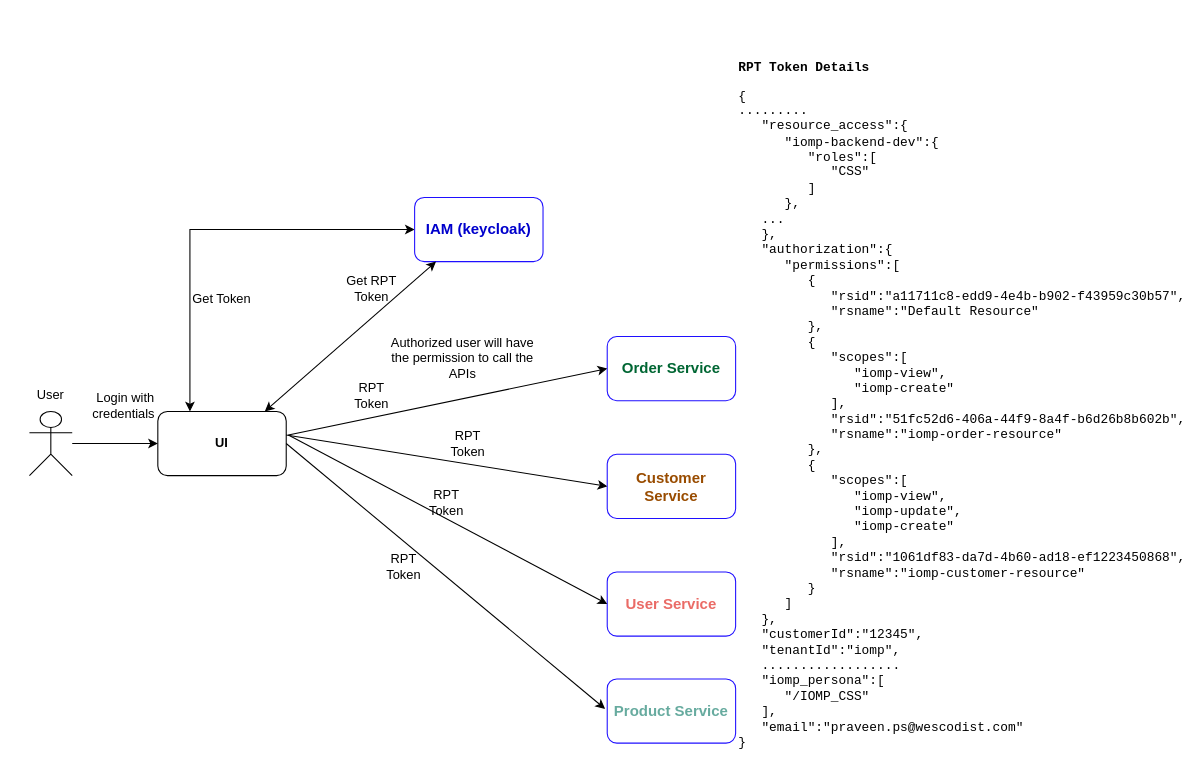
wesco-chandanabuduru/common-entities keeps this draw.io diagram as PBAC.drawio. Above is the earlier version. Source tidied: cells renumbered, new cells numbered last; positions are measured from the earlier drawing's top-left corner, leaving out a move shared by most shapes. Both pictures are drawn from the tidied source at 107%, with x=0, y=0 at pixel (18, 197).
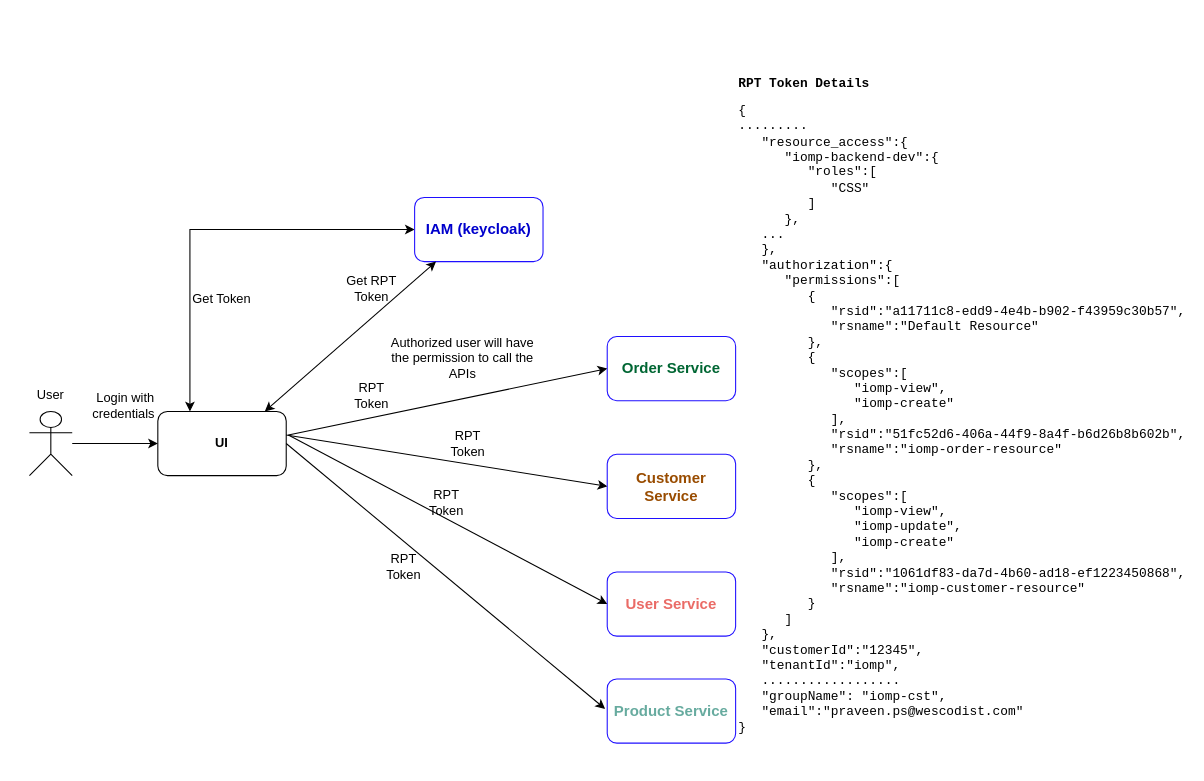
Above is the later version.

The edit, as a diff of the source:
```diff
@@
-    <mxCell id="22" value="&lt;pre&gt;&lt;br&gt;&lt;/pre&gt;&lt;pre&gt;&lt;b&gt;RPT Token Details&lt;/b&gt;&lt;/pre&gt;&lt;pre&gt;{&lt;br&gt;.........&lt;br&gt;&amp;nbsp; &amp;nbsp;&quot;resource_access&quot;:{&lt;br&gt;&amp;nbsp; &amp;nbsp; &amp;nbsp; &quot;iomp-backend-dev&quot;:{&lt;br&gt;&amp;nbsp; &amp;nbsp; &amp;nbsp; &amp;nbsp; &amp;nbsp;&quot;roles&quot;:[&lt;br&gt;&amp;nbsp; &amp;nbsp; &amp;nbsp; &amp;nbsp; &amp;nbsp; &amp;nbsp; &quot;CSS&quot;&lt;br&gt;&amp;nbsp; &amp;nbsp; &amp;nbsp; &amp;nbsp; &amp;nbsp;]&lt;br&gt;&amp;nbsp; &amp;nbsp; &amp;nbsp; },&lt;br&gt;&amp;nbsp; &amp;nbsp;...&lt;br&gt;&amp;nbsp; &amp;nbsp;},&lt;br&gt;&amp;nbsp; &amp;nbsp;&quot;authorization&quot;:{&lt;br&gt;&amp;nbsp; &amp;nbsp; &amp;nbsp; &quot;permissions&quot;:[&lt;br&gt;&amp;nbsp; &amp;nbsp; &amp;nbsp; &amp;nbsp; &amp;nbsp;{&lt;br&gt;&amp;nbsp; &amp;nbsp; &amp;nbsp; &amp;nbsp; &amp;nbsp; &amp;nbsp; &quot;rsid&quot;:&quot;a11711c8-edd9-4e4b-b902-f43959c30b57&quot;,&lt;br&gt;&amp;nbsp; &amp;nbsp; &amp;nbsp; &amp;nbsp; &amp;nbsp; &amp;nbsp; &quot;rsname&quot;:&quot;Default Resource&quot;&lt;br&gt;&amp;nbsp; &amp;nbsp; &amp;nbsp; &amp;nbsp; &amp;nbsp;},&lt;br&gt;&amp;nbsp; &amp;nbsp; &amp;nbsp; &amp;nbsp; &amp;nbsp;{&lt;br&gt;&amp;nbsp; &amp;nbsp; &amp;nbsp; &amp;nbsp; &amp;nbsp; &amp;nbsp; &quot;scopes&quot;:[&lt;br&gt;&amp;nbsp; &amp;nbsp; &amp;nbsp; &amp;nbsp; &amp;nbsp; &amp;nbsp; &amp;nbsp; &amp;nbsp;&quot;iomp-view&quot;,&lt;br&gt;&amp;nbsp; &amp;nbsp; &amp;nbsp; &amp;nbsp; &amp;nbsp; &amp;nbsp; &amp;nbsp; &amp;nbsp;&quot;iomp-create&quot;&lt;br&gt;&amp;nbsp; &amp;nbsp; &amp;nbsp; &amp;nbsp; &amp;nbsp; &amp;nbsp; ],&lt;br&gt;&amp;nbsp; &amp;nbsp; &amp;nbsp; &amp;nbsp; &amp;nbsp; &amp;nbsp; &quot;rsid&quot;:&quot;51fc52d6-406a-44f9-8a4f-b6d26b8b602b&quot;,&lt;br&gt;&amp;nbsp; &amp;nbsp; &amp;nbsp; &amp;nbsp; &amp;nbsp; &amp;nbsp; &quot;rsname&quot;:&quot;iomp-order-resource&quot;&lt;br&gt;&amp;nbsp; &amp;nbsp; &amp;nbsp; &amp;nbsp; &amp;nbsp;},&lt;br&gt;&amp;nbsp; &amp;nbsp; &amp;nbsp; &amp;nbsp; &amp;nbsp;{&lt;br&gt;&amp;nbsp; &amp;nbsp; &amp;nbsp; &amp;nbsp; &amp;nbsp; &amp;nbsp; &quot;scopes&quot;:[&lt;br&gt;&amp;nbsp; &amp;nbsp; &amp;nbsp; &amp;nbsp; &amp;nbsp; &amp;nbsp; &amp;nbsp; &amp;nbsp;&quot;iomp-view&quot;,&lt;br&gt;&amp;nbsp; &amp;nbsp; &amp;nbsp; &amp;nbsp; &amp;nbsp; &amp;nbsp; &amp;nbsp; &amp;nbsp;&quot;iomp-update&quot;,&lt;br&gt;&amp;nbsp; &amp;nbsp; &amp;nbsp; &amp;nbsp; &amp;nbsp; &amp;nbsp; &amp;nbsp; &amp;nbsp;&quot;iomp-create&quot;&lt;br&gt;&amp;nbsp; &amp;nbsp; &amp;nbsp; &amp;nbsp; &amp;nbsp; &amp;nbsp; ],&lt;br&gt;&amp;nbsp; &amp;nbsp; &amp;nbsp; &amp;nbsp; &amp;nbsp; &amp;nbsp; &quot;rsid&quot;:&quot;1061df83-da7d-4b60-ad18-ef1223450868&quot;,&lt;br&gt;&amp;nbsp; &amp;nbsp; &amp;nbsp; &amp;nbsp; &amp;nbsp; &amp;nbsp; &quot;rsname&quot;:&quot;iomp-customer-resource&quot;&lt;br&gt;&amp;nbsp; &amp;nbsp; &amp;nbsp; &amp;nbsp; &amp;nbsp;}&lt;br&gt;&amp;nbsp; &amp;nbsp; &amp;nbsp; ]&lt;br&gt;&amp;nbsp; &amp;nbsp;},&lt;br&gt;&amp;nbsp; &amp;nbsp;&quot;customerId&quot;:&quot;12345&quot;,&lt;br&gt;&amp;nbsp; &amp;nbsp;&quot;tenantId&quot;:&quot;iomp&quot;,&lt;br&gt;&amp;nbsp; &amp;nbsp;..................&lt;br&gt;&amp;nbsp; &amp;nbsp;&quot;iomp_persona&quot;:[&lt;br&gt;&amp;nbsp; &amp;nbsp; &amp;nbsp; &quot;/IOMP_CSS&quot;&lt;br&gt;&amp;nbsp; &amp;nbsp;],&lt;br&gt;&amp;nbsp; &amp;nbsp;&quot;email&quot;:&quot;praveen.ps@wescodist.com&quot;&lt;br&gt;}&lt;/pre&gt;" style="text;html=1;align=left;verticalAlign=middle;whiteSpace=wrap;rounded=0;" parent="1" vertex="1">
+    <mxCell id="22" value="&lt;pre&gt;&lt;br&gt;&lt;/pre&gt;&lt;pre&gt;&lt;b&gt;RPT Token Details&lt;/b&gt;&lt;/pre&gt;&lt;pre&gt;{&lt;br&gt;.........&lt;br&gt;&amp;nbsp; &amp;nbsp;&quot;resource_access&quot;:{&lt;br&gt;&amp;nbsp; &amp;nbsp; &amp;nbsp; &quot;iomp-backend-dev&quot;:{&lt;br&gt;&amp;nbsp; &amp;nbsp; &amp;nbsp; &amp;nbsp; &amp;nbsp;&quot;roles&quot;:[&lt;br&gt;&amp;nbsp; &amp;nbsp; &amp;nbsp; &amp;nbsp; &amp;nbsp; &amp;nbsp; &quot;CSS&quot;&lt;br&gt;&amp;nbsp; &amp;nbsp; &amp;nbsp; &amp;nbsp; &amp;nbsp;]&lt;br&gt;&amp;nbsp; &amp;nbsp; &amp;nbsp; },&lt;br&gt;&amp;nbsp; &amp;nbsp;...&lt;br&gt;&amp;nbsp; &amp;nbsp;},&lt;br&gt;&amp;nbsp; &amp;nbsp;&quot;authorization&quot;:{&lt;br&gt;&amp;nbsp; &amp;nbsp; &amp;nbsp; &quot;permissions&quot;:[&lt;br&gt;&amp;nbsp; &amp;nbsp; &amp;nbsp; &amp;nbsp; &amp;nbsp;{&lt;br&gt;&amp;nbsp; &amp;nbsp; &amp;nbsp; &amp;nbsp; &amp;nbsp; &amp;nbsp; &quot;rsid&quot;:&quot;a11711c8-edd9-4e4b-b902-f43959c30b57&quot;,&lt;br&gt;&amp;nbsp; &amp;nbsp; &amp;nbsp; &amp;nbsp; &amp;nbsp; &amp;nbsp; &quot;rsname&quot;:&quot;Default Resource&quot;&lt;br&gt;&amp;nbsp; &amp;nbsp; &amp;nbsp; &amp;nbsp; &amp;nbsp;},&lt;br&gt;&amp;nbsp; &amp;nbsp; &amp;nbsp; &amp;nbsp; &amp;nbsp;{&lt;br&gt;&amp;nbsp; &amp;nbsp; &amp;nbsp; &amp;nbsp; &amp;nbsp; &amp;nbsp; &quot;scopes&quot;:[&lt;br&gt;&amp;nbsp; &amp;nbsp; &amp;nbsp; &amp;nbsp; &amp;nbsp; &amp;nbsp; &amp;nbsp; &amp;nbsp;&quot;iomp-view&quot;,&lt;br&gt;&amp;nbsp; &amp;nbsp; &amp;nbsp; &amp;nbsp; &amp;nbsp; &amp;nbsp; &amp;nbsp; &amp;nbsp;&quot;iomp-create&quot;&lt;br&gt;&amp;nbsp; &amp;nbsp; &amp;nbsp; &amp;nbsp; &amp;nbsp; &amp;nbsp; ],&lt;br&gt;&amp;nbsp; &amp;nbsp; &amp;nbsp; &amp;nbsp; &amp;nbsp; &amp;nbsp; &quot;rsid&quot;:&quot;51fc52d6-406a-44f9-8a4f-b6d26b8b602b&quot;,&lt;br&gt;&amp;nbsp; &amp;nbsp; &amp;nbsp; &amp;nbsp; &amp;nbsp; &amp;nbsp; &quot;rsname&quot;:&quot;iomp-order-resource&quot;&lt;br&gt;&amp;nbsp; &amp;nbsp; &amp;nbsp; &amp;nbsp; &amp;nbsp;},&lt;br&gt;&amp;nbsp; &amp;nbsp; &amp;nbsp; &amp;nbsp; &amp;nbsp;{&lt;br&gt;&amp;nbsp; &amp;nbsp; &amp;nbsp; &amp;nbsp; &amp;nbsp; &amp;nbsp; &quot;scopes&quot;:[&lt;br&gt;&amp;nbsp; &amp;nbsp; &amp;nbsp; &amp;nbsp; &amp;nbsp; &amp;nbsp; &amp;nbsp; &amp;nbsp;&quot;iomp-view&quot;,&lt;br&gt;&amp;nbsp; &amp;nbsp; &amp;nbsp; &amp;nbsp; &amp;nbsp; &amp;nbsp; &amp;nbsp; &amp;nbsp;&quot;iomp-update&quot;,&lt;br&gt;&amp;nbsp; &amp;nbsp; &amp;nbsp; &amp;nbsp; &amp;nbsp; &amp;nbsp; &amp;nbsp; &amp;nbsp;&quot;iomp-create&quot;&lt;br&gt;&amp;nbsp; &amp;nbsp; &amp;nbsp; &amp;nbsp; &amp;nbsp; &amp;nbsp; ],&lt;br&gt;&amp;nbsp; &amp;nbsp; &amp;nbsp; &amp;nbsp; &amp;nbsp; &amp;nbsp; &quot;rsid&quot;:&quot;1061df83-da7d-4b60-ad18-ef1223450868&quot;,&lt;br&gt;&amp;nbsp; &amp;nbsp; &amp;nbsp; &amp;nbsp; &amp;nbsp; &amp;nbsp; &quot;rsname&quot;:&quot;iomp-customer-resource&quot;&lt;br&gt;&amp;nbsp; &amp;nbsp; &amp;nbsp; &amp;nbsp; &amp;nbsp;}&lt;br&gt;&amp;nbsp; &amp;nbsp; &amp;nbsp; ]&lt;br&gt;&amp;nbsp; &amp;nbsp;},&lt;br&gt;&amp;nbsp; &amp;nbsp;&quot;customerId&quot;:&quot;12345&quot;,&lt;br&gt;&amp;nbsp; &amp;nbsp;&quot;tenantId&quot;:&quot;iomp&quot;,&lt;br&gt;&amp;nbsp; &amp;nbsp;..................&lt;br&gt;&amp;nbsp; &amp;nbsp;&quot;groupName&quot;: &quot;iomp-cst&quot;,&lt;br&gt;&amp;nbsp; &amp;nbsp;&quot;email&quot;:&quot;praveen.ps@wescodist.com&quot;&lt;br&gt;}&lt;/pre&gt;" style="text;html=1;align=left;verticalAlign=middle;whiteSpace=wrap;rounded=0;" parent="1" vertex="1">
       <mxGeometry x="671" y="166" width="60" height="30" as="geometry" />
     </mxCell>
```
